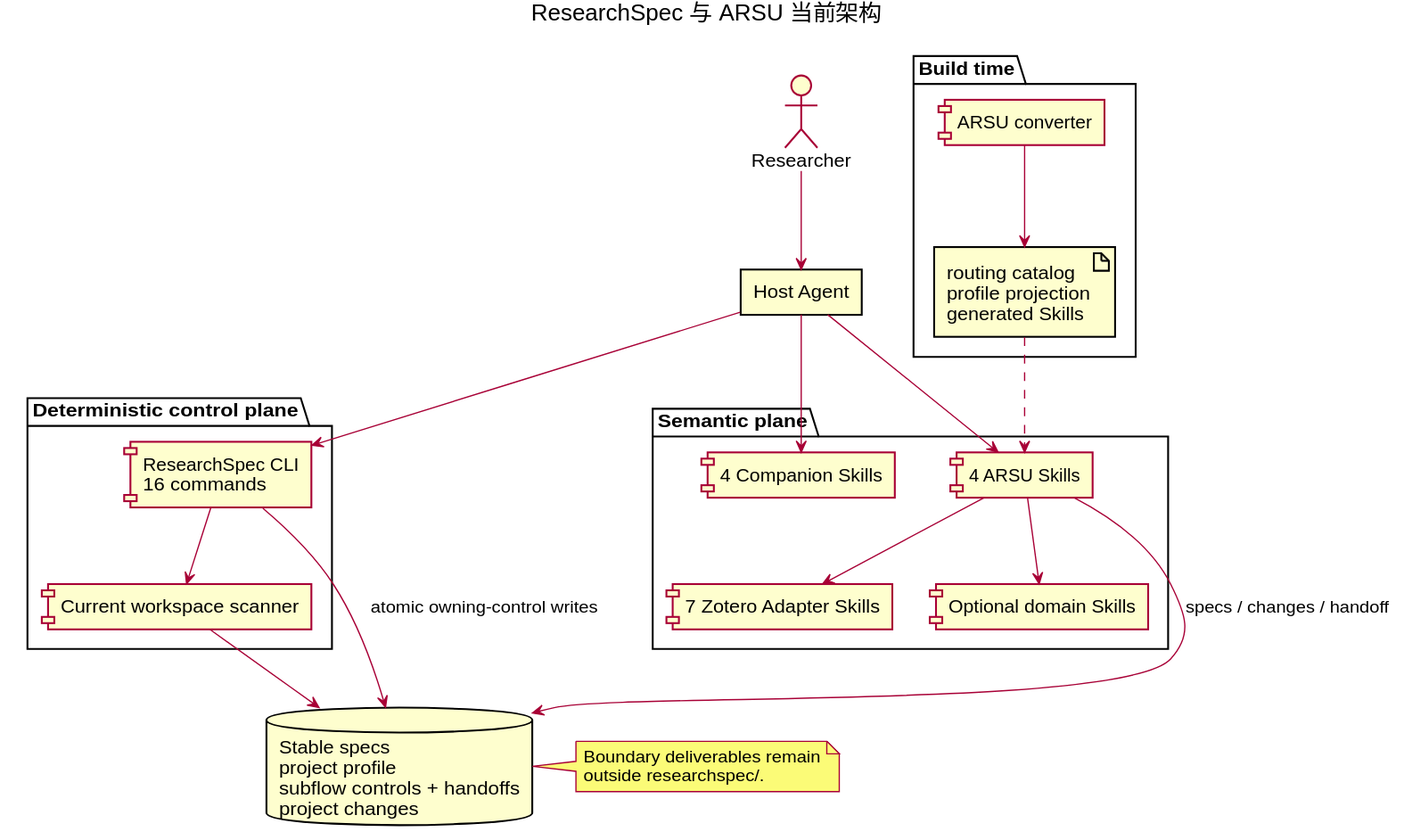
Before: docs/researchspec_arsu_runtime/diagrams/rendered/system-architecture.svg, a diagram exported from PlantUML (leike0813/ResearchSpec). Its source is kept beside it as docs/researchspec_arsu_runtime/diagrams/src/system-architecture.puml.
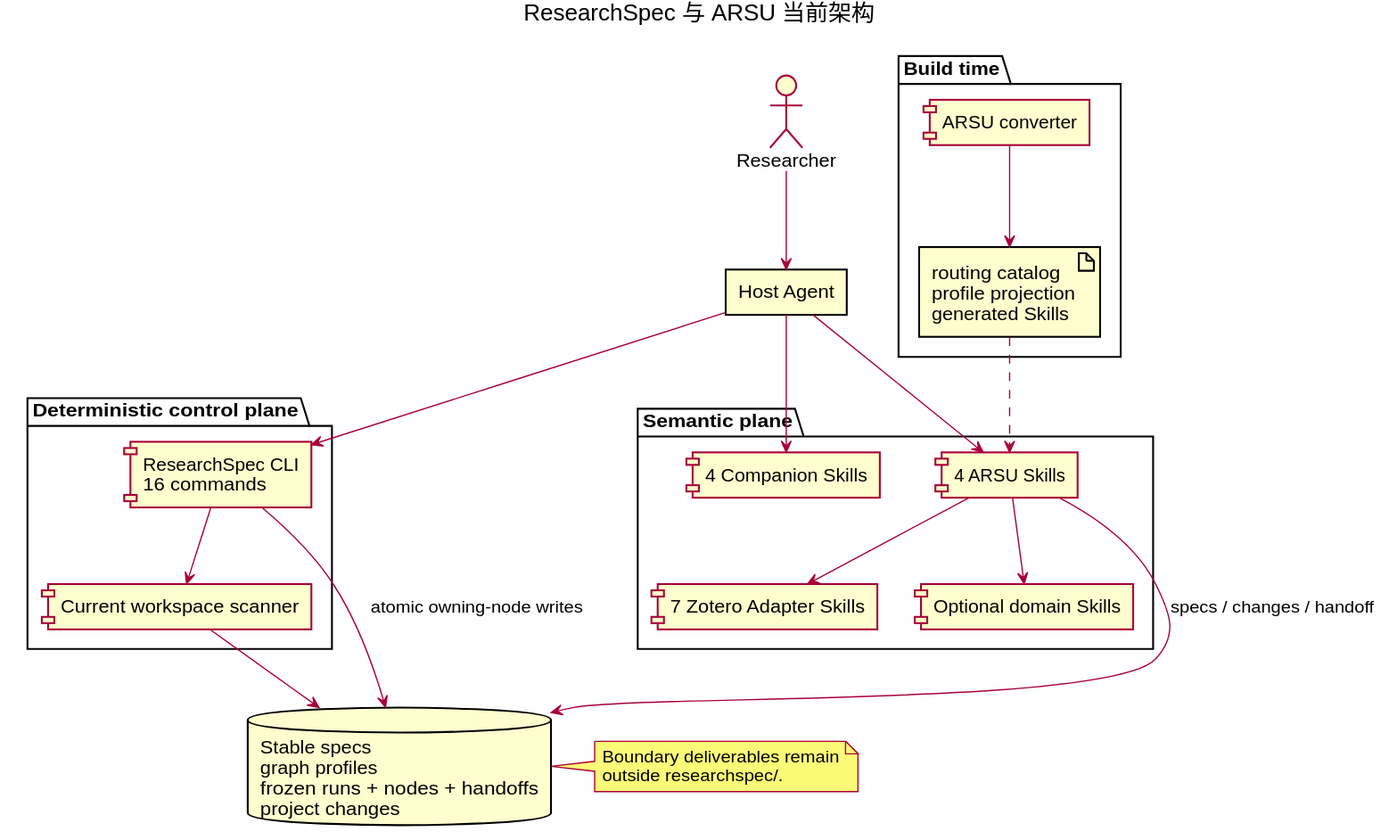
The same diagram one commit later.

Diff of the diagram source:
```diff
@@ -14,7 +14,7 @@
   component "ResearchSpec CLI\n16 commands" as CLI
   component "Current workspace scanner" as Scanner
 }
-database "Stable specs\nproject profile\nsubflow controls + handoffs\nproject changes" as Files
+database "Stable specs\ngraph profiles\nfrozen runs + nodes + handoffs\nproject changes" as Files
 package "Build time" {
   component "ARSU converter" as Converter
   artifact "routing catalog\nprofile projection\ngenerated Skills" as Projection
@@ -27,7 +27,7 @@
 Host --> CLI
 CLI --> Scanner
 Scanner --> Files
-CLI --> Files : atomic owning-control writes
+CLI --> Files : atomic owning-node writes
 ARSU --> Files : specs / changes / handoff
 Converter --> Projection
 Projection ..> ARSU
```
